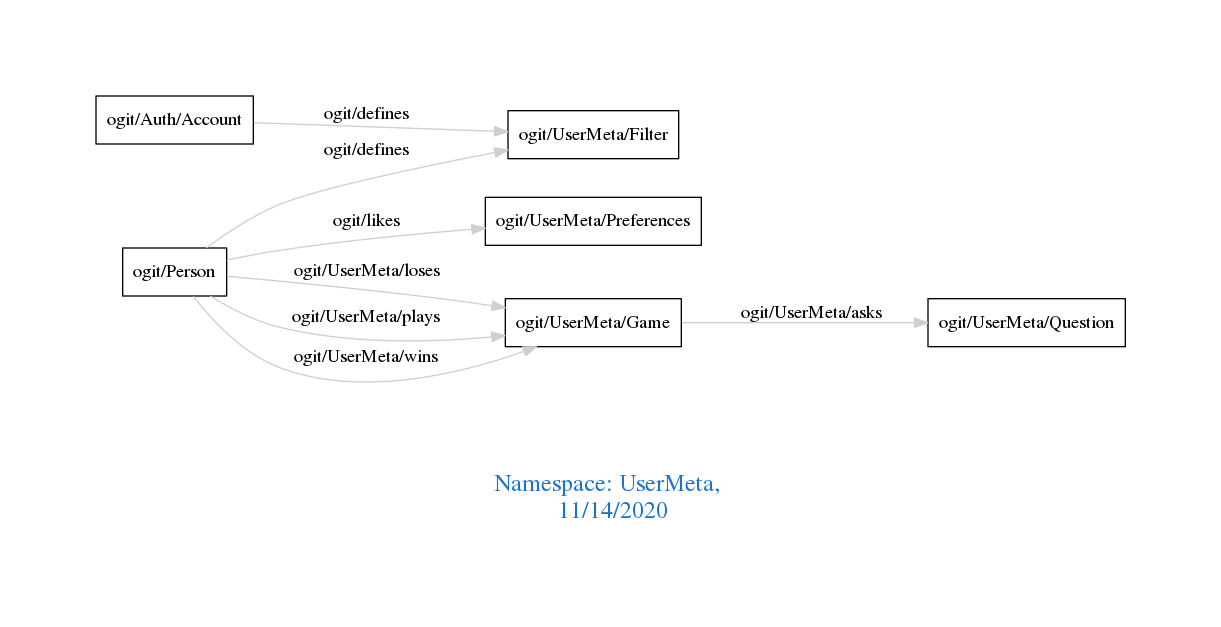
This is downloads/UserMeta.png from arago/OGIT, a Graphviz export, as it was before one commit. Its source is kept beside it as downloads/UserMeta.dot.
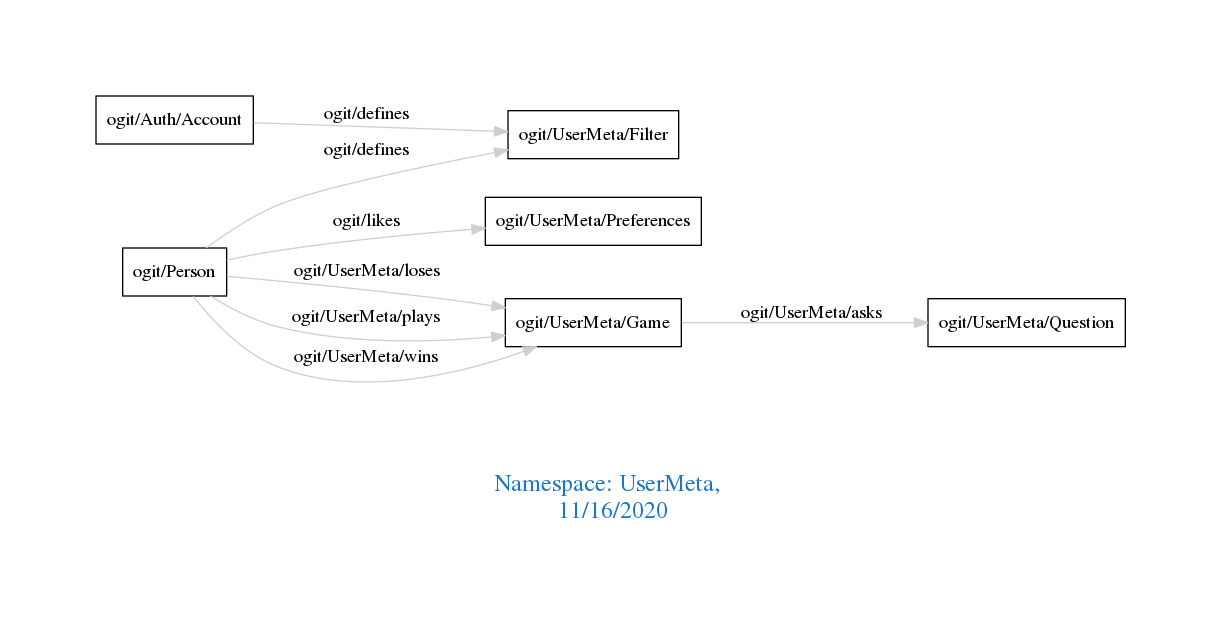
The same diagram one commit later.

Change to the diagram source:
```diff
@@ -1,7 +1,7 @@
 digraph OGIT_ontology {
  graph [ rankdir= LR,pad=1
 fontsize = 18,
-fontcolor= dodgerblue3,label = "\n\n\nNamespace: UserMeta, \n 11/14/2020"];
+fontcolor= dodgerblue3,label = "\n\n\nNamespace: UserMeta, \n 11/16/2020"];
 node[shape=polygon];
 edge [  color="gray81"];
 
```
